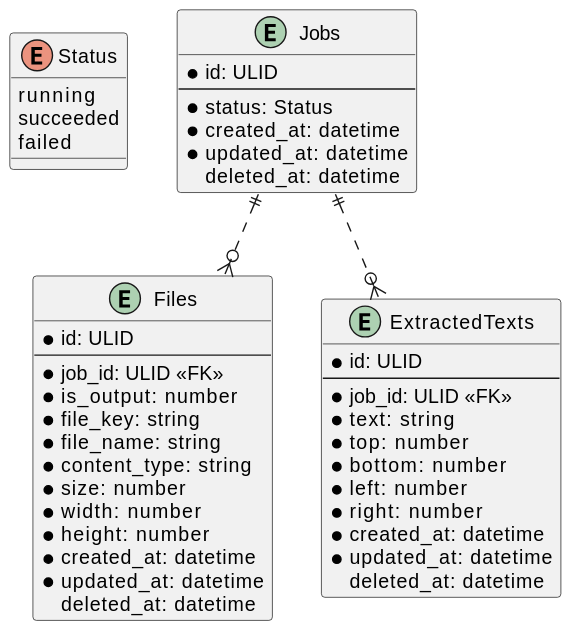
ijufumi/google-vision-sample keeps this PlantUML diagram as docs/tables.svg. Above is the earlier version.
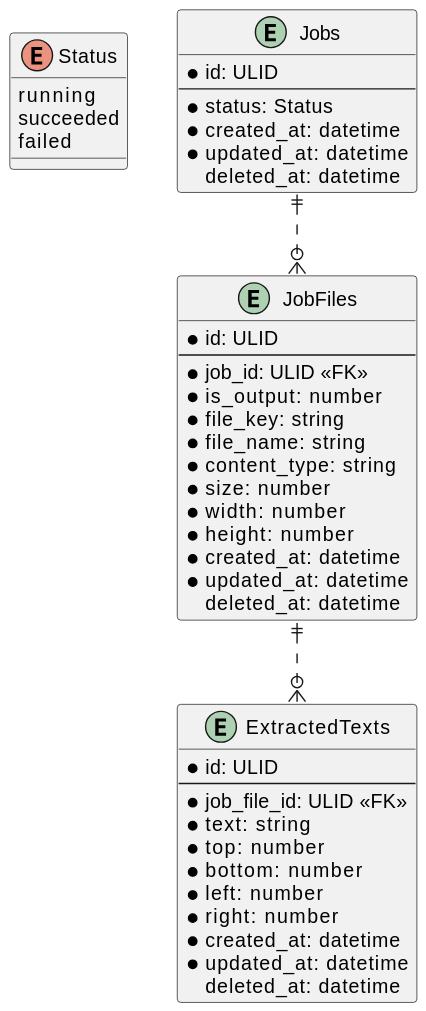
The same diagram one commit later.

Change to the diagram source:
```diff
@@ -14,7 +14,7 @@
     deleted_at: datetime
 }
 
-entity Files {
+entity JobFiles {
   * id: ULID
   --
   * job_id: ULID <<FK>>
@@ -33,7 +33,7 @@
 entity ExtractedTexts {
   * id: ULID
   --
-  * job_id: ULID <<FK>>
+  * job_file_id: ULID <<FK>>
   * text: string
   * top: number
   * bottom: number
@@ -44,6 +44,6 @@
     deleted_at: datetime
 }
 
-Jobs ||..o{ ExtractedTexts
-Jobs ||..o{ Files
+Jobs ||..o{ JobFiles
+JobFiles ||..o{ ExtractedTexts
 @enduml
```
